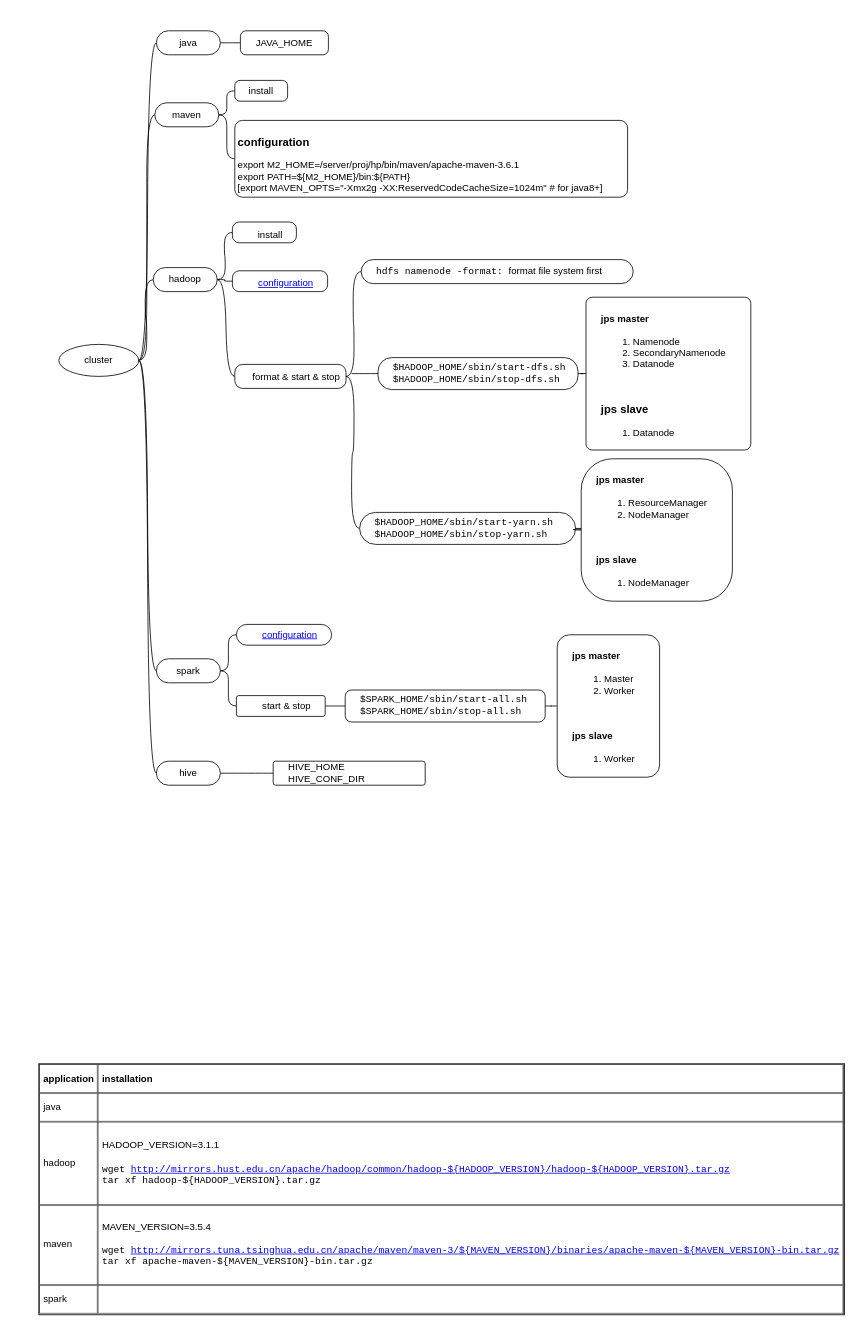
This is page "cluster" (1 of 9) of languages/scala/scala.drawio from yangdj/tf_docs, a draw.io file, before an edit. Source tidied: cells renumbered, new cells numbered last; positions are measured from the earlier drawing's top-left corner, leaving out a move shared by most shapes. Both pictures are drawn from the tidied source at 80%, with x=0, y=0 at pixel (14, 14).
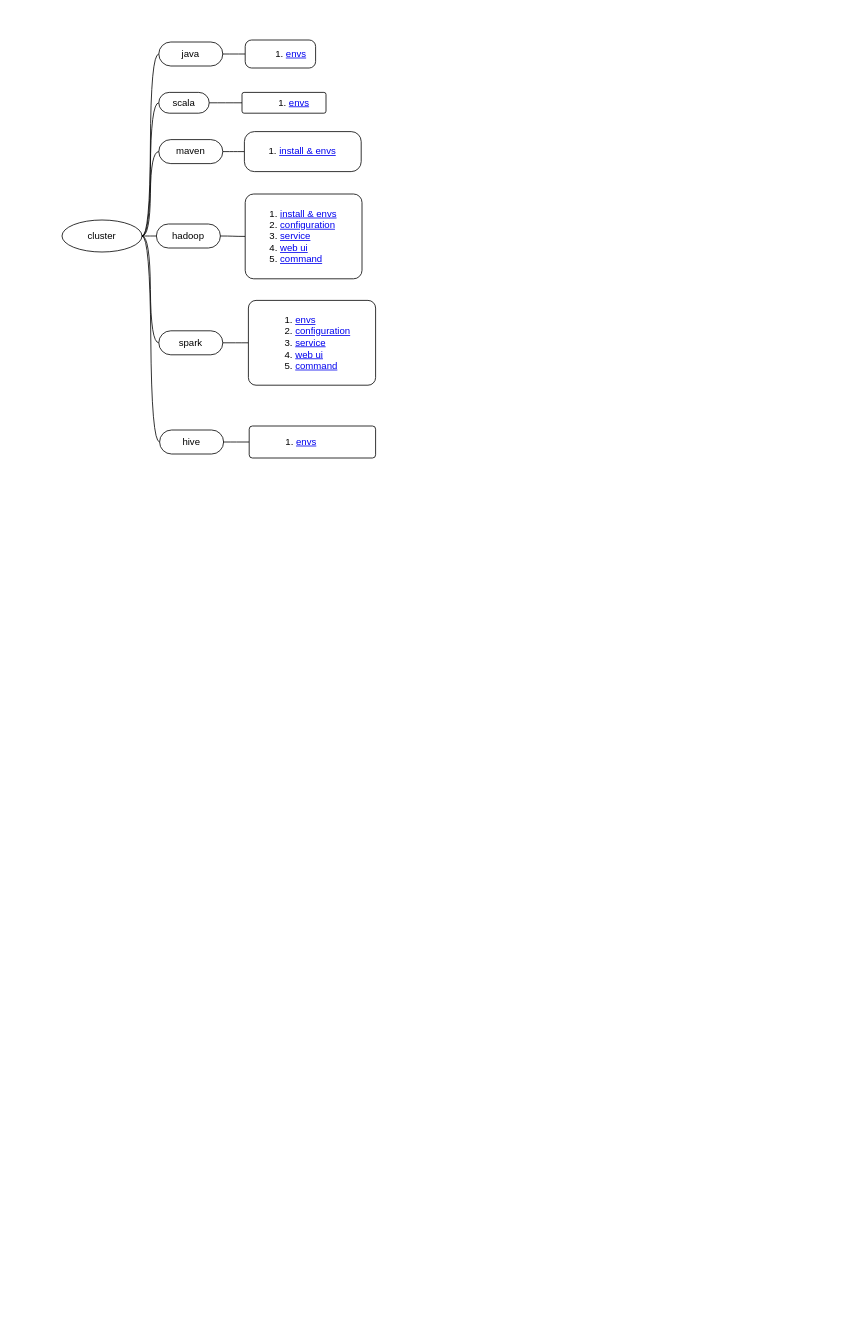
The same page after the edit.

Diff of the diagram source:
```diff
@@
     <mxCell id="2" style="swimlane;html=1;startSize=20;horizontal=1;containerType=tree;rounded=1;shadow=0;glass=0;comic=0;fillColor=none;align=left;strokeColor=none;spacingLeft=16;fontFamily=Courier New;" parent="1" vertex="1">
-      <mxGeometry width="986" height="1049" as="geometry" />
+      <mxGeometry width="708" height="781" as="geometry" />
     </mxCell>
@@
     <mxCell id="4" value="cluster" style="ellipse;whiteSpace=wrap;html=1;align=center;" parent="2" vertex="1">
-      <mxGeometry x="56" y="413" width="100" height="40" as="geometry" />
+      <mxGeometry x="60" y="257.5" width="100" height="40" as="geometry" />
     </mxCell>
     <mxCell id="5" value="hadoop" style="whiteSpace=wrap;html=1;rounded=1;arcSize=50;align=center;verticalAlign=middle;strokeWidth=1;spacing=4;" parent="2" vertex="1">
-      <mxGeometry x="174" y="317" width="80" height="30" as="geometry" />
+      <mxGeometry x="178" y="262.5" width="80" height="30" as="geometry" />
     </mxCell>
@@
     <mxCell id="7" value="spark" style="whiteSpace=wrap;html=1;rounded=1;arcSize=50;align=center;verticalAlign=middle;strokeWidth=1;spacing=4;" parent="2" vertex="1">
-      <mxGeometry x="178" y="806" width="80" height="30" as="geometry" />
+      <mxGeometry x="181" y="396" width="80" height="30" as="geometry" />
     </mxCell>
-    <mxCell id="8" style="edgeStyle=entityRelationEdgeStyle;startArrow=none;endArrow=none;segment=10;curved=1;" parent="2" edge="1" source="7" target="17">
-      <mxGeometry relative="1" as="geometry" />
-    </mxCell>
-    <mxCell id="9" value="$SPARK_HOME/sbin/start-all.sh&lt;br&gt;$SPARK_HOME/sbin/stop-all.sh" style="whiteSpace=wrap;html=1;rounded=1;arcSize=20;align=left;verticalAlign=middle;strokeWidth=1;spacing=4;spacingLeft=15;fontFamily=Courier New;" parent="2" vertex="1">
-      <mxGeometry x="414" y="845" width="250" height="40" as="geometry" />
-    </mxCell>
@@
     <mxCell id="11" value="java" style="whiteSpace=wrap;html=1;rounded=1;arcSize=50;align=center;verticalAlign=middle;strokeWidth=1;spacing=4;" parent="2" vertex="1">
-      <mxGeometry x="178" y="21" width="80" height="30" as="geometry" />
+      <mxGeometry x="181" y="35" width="80" height="30" as="geometry" />
     </mxCell>
-    <mxCell id="12" style="edgeStyle=entityRelationEdgeStyle;startArrow=none;endArrow=none;segment=10;curved=1;" parent="2" edge="1" source="5" target="15">
-      <mxGeometry relative="1" as="geometry" />
-    </mxCell>
-    <mxCell id="13" value="&lt;span style=&quot;font-size: 12px&quot;&gt;$HADOOP_HOME/sbin/start-dfs.sh&lt;/span&gt;&lt;br style=&quot;font-size: 12px&quot;&gt;&lt;span style=&quot;font-size: 12px&quot;&gt;$HADOOP_HOME/sbin/stop-dfs.sh&lt;/span&gt;&lt;span style=&quot;font-size: 12px&quot;&gt;&lt;br&gt;&lt;/span&gt;" style="whiteSpace=wrap;html=1;rounded=1;arcSize=43;align=left;verticalAlign=middle;strokeWidth=1;spacing=4;fontSize=12;spacingLeft=15;fontFamily=Courier New;" parent="2" vertex="1">
-      <mxGeometry x="455" y="429.5" width="250" height="40" as="geometry" />
-    </mxCell>
-    <mxCell id="14" style="edgeStyle=entityRelationEdgeStyle;startArrow=none;endArrow=none;segment=10;curved=1;" parent="2" edge="1" target="13">
-      <mxGeometry relative="1" as="geometry">
-        <mxPoint x="422" y="449.5" as="sourcePoint" />
-      </mxGeometry>
-    </mxCell>
-    <mxCell id="15" value="&lt;div&gt;format &amp;amp; start &amp;amp; stop&lt;/div&gt;" style="whiteSpace=wrap;html=1;rounded=1;arcSize=33;align=center;verticalAlign=top;strokeWidth=1;spacing=4;spacingLeft=15;" parent="2" vertex="1">
-      <mxGeometry x="276" y="438" width="139" height="30" as="geometry" />
-    </mxCell>
-    <mxCell id="16" style="edgeStyle=entityRelationEdgeStyle;startArrow=none;endArrow=none;segment=10;curved=1;exitX=1;exitY=0.5;exitDx=0;exitDy=0;" parent="2" edge="1" source="17" target="9">
-      <mxGeometry relative="1" as="geometry" />
-    </mxCell>
-    <mxCell id="17" value="start &amp;amp; stop" style="whiteSpace=wrap;html=1;rounded=1;arcSize=11;align=center;verticalAlign=middle;strokeWidth=1;spacing=4;spacingLeft=15;" parent="2" vertex="1">
-      <mxGeometry x="278" y="852" width="111" height="26" as="geometry" />
-    </mxCell>
@@
     <mxCell id="19" value="hive" style="whiteSpace=wrap;html=1;rounded=1;arcSize=50;align=center;verticalAlign=middle;strokeWidth=1;spacing=4;" parent="2" vertex="1">
-      <mxGeometry x="178" y="934" width="80" height="30" as="geometry" />
+      <mxGeometry x="182" y="520" width="80" height="30" as="geometry" />
     </mxCell>
@@
-    <mxCell id="21" value="HIVE_HOME&lt;br&gt;HIVE_CONF_DIR" style="whiteSpace=wrap;html=1;rounded=1;arcSize=10;align=left;verticalAlign=middle;strokeWidth=1;spacing=4;spacingLeft=15;" parent="2" vertex="1">
-      <mxGeometry x="324" y="934" width="190" height="30" as="geometry" />
+    <mxCell id="21" value="&lt;ol&gt;&lt;li&gt;&lt;a href=&quot;data:page/id,D1D5e4SczUkflpOaB_5x&quot;&gt;envs&lt;/a&gt;&lt;/li&gt;&lt;/ol&gt;" style="whiteSpace=wrap;html=1;rounded=1;arcSize=10;align=left;verticalAlign=middle;strokeWidth=1;spacing=4;spacingLeft=15;" parent="2" vertex="1">
+      <mxGeometry x="294" y="515" width="158" height="40" as="geometry" />
     </mxCell>
-    <mxCell id="22" style="edgeStyle=entityRelationEdgeStyle;startArrow=none;endArrow=none;segment=10;curved=1;" parent="2" edge="1" source="15" target="23">
-      <mxGeometry relative="1" as="geometry" />
-    </mxCell>
-    <mxCell id="23" value="$HADOOP_HOME/sbin/start-yarn.sh&lt;br&gt;$HADOOP_HOME/sbin/stop-yarn.sh&lt;span style=&quot;font-size: 12px&quot;&gt;&lt;br&gt;&lt;/span&gt;" style="whiteSpace=wrap;html=1;rounded=1;arcSize=50;align=left;verticalAlign=middle;strokeWidth=1;spacing=4;fontSize=12;spacingLeft=15;fontFamily=Courier New;" parent="2" vertex="1">
-      <mxGeometry x="432" y="623" width="270" height="40" as="geometry" />
-    </mxCell>
-    <mxCell id="24" style="edgeStyle=entityRelationEdgeStyle;startArrow=none;endArrow=none;segment=10;curved=1;" parent="2" edge="1" source="13" target="25">
-      <mxGeometry relative="1" as="geometry" />
-    </mxCell>
-    <mxCell id="25" value="&lt;h3&gt;&lt;span style=&quot;font-size: 12px&quot;&gt;jps master&lt;/span&gt;&lt;/h3&gt;&lt;ol&gt;&lt;li&gt;&lt;span style=&quot;font-size: 12px&quot;&gt;Namenode&lt;/span&gt;&lt;/li&gt;&lt;li&gt;&lt;span style=&quot;font-size: 12px&quot;&gt;SecondaryNamenode&lt;/span&gt;&lt;/li&gt;&lt;li&gt;&lt;span style=&quot;font-size: 12px&quot;&gt;Datanode&lt;/span&gt;&lt;/li&gt;&lt;/ol&gt;&lt;span style=&quot;font-size: 12px&quot;&gt;&lt;br&gt;&lt;/span&gt;&lt;h3&gt;jps slave&lt;/h3&gt;&lt;ol&gt;&lt;li&gt;Datanode&lt;/li&gt;&lt;/ol&gt;" style="whiteSpace=wrap;html=1;rounded=1;arcSize=4;align=left;verticalAlign=middle;strokeWidth=1;spacing=4;fontSize=12;spacingLeft=15;" parent="2" vertex="1">
-      <mxGeometry x="715" y="354" width="206" height="191" as="geometry" />
-    </mxCell>
-    <mxCell id="26" style="edgeStyle=entityRelationEdgeStyle;startArrow=none;endArrow=none;segment=10;curved=1;" parent="2" edge="1" source="23" target="27">
-      <mxGeometry relative="1" as="geometry" />
-    </mxCell>
-    <mxCell id="27" value="&lt;h3&gt;&lt;span style=&quot;font-size: 12px&quot;&gt;jps master&lt;/span&gt;&lt;/h3&gt;&lt;ol&gt;&lt;li&gt;&lt;span style=&quot;font-size: 12px&quot;&gt;ResourceManager&lt;/span&gt;&lt;/li&gt;&lt;li&gt;&lt;span style=&quot;font-size: 12px&quot;&gt;NodeManager&lt;/span&gt;&lt;/li&gt;&lt;/ol&gt;&lt;span style=&quot;font-size: 12px&quot;&gt;&lt;br&gt;&lt;/span&gt;&lt;h3&gt;&lt;span style=&quot;font-size: 12px&quot;&gt;jps slave&lt;/span&gt;&lt;/h3&gt;&lt;ol&gt;&lt;li&gt;&lt;span style=&quot;font-size: 12px&quot;&gt;NodeManager&lt;/span&gt;&lt;/li&gt;&lt;/ol&gt;" style="whiteSpace=wrap;html=1;rounded=1;arcSize=22;align=left;verticalAlign=middle;strokeWidth=1;spacing=4;fontSize=12;spacingLeft=15;" parent="2" vertex="1">
-      <mxGeometry x="709" y="556" width="189" height="178" as="geometry" />
-    </mxCell>
-    <mxCell id="28" style="edgeStyle=entityRelationEdgeStyle;startArrow=none;endArrow=none;segment=10;curved=1;" parent="2" edge="1" source="9" target="29">
-      <mxGeometry relative="1" as="geometry" />
-    </mxCell>
-    <mxCell id="29" value="&lt;h3&gt;&lt;span style=&quot;font-size: 12px&quot;&gt;jps master&lt;/span&gt;&lt;/h3&gt;&lt;ol&gt;&lt;li&gt;&lt;span style=&quot;font-size: 12px&quot;&gt;Master&lt;/span&gt;&lt;/li&gt;&lt;li&gt;&lt;span style=&quot;font-size: 12px&quot;&gt;Worker&lt;/span&gt;&lt;/li&gt;&lt;/ol&gt;&lt;span style=&quot;font-size: 12px&quot;&gt;&lt;br&gt;&lt;/span&gt;&lt;h3&gt;&lt;span style=&quot;font-size: 12px&quot;&gt;jps slave&lt;/span&gt;&lt;/h3&gt;&lt;ol&gt;&lt;li&gt;&lt;span style=&quot;font-size: 12px&quot;&gt;Worker&lt;/span&gt;&lt;/li&gt;&lt;/ol&gt;" style="whiteSpace=wrap;html=1;rounded=1;arcSize=12;align=left;verticalAlign=middle;strokeWidth=1;spacing=4;fontSize=12;spacingLeft=15;" parent="2" vertex="1">
-      <mxGeometry x="679" y="776" width="128" height="178" as="geometry" />
-    </mxCell>
-    <mxCell id="30" style="edgeStyle=entityRelationEdgeStyle;startArrow=none;endArrow=none;segment=10;curved=1;entryX=0;entryY=0.5;entryDx=0;entryDy=0;exitX=1;exitY=0.5;exitDx=0;exitDy=0;" parent="2" edge="1" source="15" target="31">
-      <mxGeometry relative="1" as="geometry" />
-    </mxCell>
-    <mxCell id="31" value="hdfs namenode -format: &lt;font face=&quot;Helvetica&quot;&gt;format file system first&lt;/font&gt;&lt;span style=&quot;font-size: 12px&quot;&gt;&lt;br&gt;&lt;/span&gt;" style="whiteSpace=wrap;html=1;rounded=1;arcSize=50;align=left;verticalAlign=middle;strokeWidth=1;spacing=4;fontSize=12;spacingLeft=15;fontFamily=Courier New;" parent="2" vertex="1">
-      <mxGeometry x="434" y="307" width="340" height="30" as="geometry" />
-    </mxCell>
-    <mxCell id="32" style="edgeStyle=entityRelationEdgeStyle;startArrow=none;endArrow=none;segment=10;curved=1;" parent="2" edge="1" source="5" target="33">
-      <mxGeometry relative="1" as="geometry" />
-    </mxCell>
-    <mxCell id="33" value="&lt;div&gt;&lt;span&gt;install&lt;/span&gt;&lt;/div&gt;" style="whiteSpace=wrap;html=1;rounded=1;arcSize=33;align=center;verticalAlign=top;strokeWidth=1;spacing=4;spacingLeft=15;" parent="2" vertex="1">
-      <mxGeometry x="273" y="260" width="80" height="26" as="geometry" />
-    </mxCell>
-    <mxCell id="34" style="edgeStyle=entityRelationEdgeStyle;startArrow=none;endArrow=none;segment=10;curved=1;" parent="2" edge="1" source="11" target="35">
-      <mxGeometry relative="1" as="geometry" />
-    </mxCell>
-    <mxCell id="35" value="JAVA_HOME" style="whiteSpace=wrap;html=1;rounded=1;arcSize=23;align=center;verticalAlign=middle;strokeWidth=1;spacing=4;" parent="2" vertex="1">
-      <mxGeometry x="283" y="21" width="110" height="30" as="geometry" />
-    </mxCell>
-    <mxCell id="36" style="edgeStyle=entityRelationEdgeStyle;startArrow=none;endArrow=none;segment=10;curved=1;" parent="2" edge="1" source="5" target="37">
-      <mxGeometry relative="1" as="geometry" />
-    </mxCell>
-    <mxCell id="37" value="&lt;div&gt;&lt;a href=&quot;data:page/id,-WEoZyiqvBqUpz0TT_SZ&quot;&gt;configuration&lt;/a&gt;&lt;/div&gt;" style="whiteSpace=wrap;html=1;rounded=1;arcSize=33;align=center;verticalAlign=top;strokeWidth=1;spacing=4;spacingLeft=15;" parent="2" vertex="1">
-      <mxGeometry x="273" y="321" width="119" height="26" as="geometry" />
-    </mxCell>
@@
-    <mxCell id="39" value="&lt;div&gt;&lt;a href=&quot;data:page/id,1RoVEH6-U07JBPiQCIpj&quot;&gt;configuration&lt;/a&gt;&lt;/div&gt;" style="whiteSpace=wrap;html=1;rounded=1;arcSize=50;align=center;verticalAlign=middle;strokeWidth=1;spacing=4;spacingLeft=15;" parent="2" vertex="1">
-      <mxGeometry x="278" y="763" width="119" height="26" as="geometry" />
+    <mxCell id="39" value="&lt;ol&gt;&lt;li&gt;&lt;a href=&quot;data:page/id,D1D5e4SczUkflpOaB_5x&quot;&gt;envs&lt;/a&gt;&lt;/li&gt;&lt;li&gt;&lt;a href=&quot;data:page/id,1RoVEH6-U07JBPiQCIpj&quot;&gt;configuration&lt;/a&gt;&lt;/li&gt;&lt;li&gt;&lt;a href=&quot;data:page/id,knMVSClfLsouhgn86GnL&quot;&gt;service&lt;/a&gt;&lt;/li&gt;&lt;li&gt;&lt;a href=&quot;data:page/id,DMlt9_OrqmJxumOdTNsM&quot;&gt;web ui&lt;/a&gt;&lt;/li&gt;&lt;li&gt;&lt;a href=&quot;data:page/id,2QutuKDHSM4GKVfbvwYY&quot;&gt;command&lt;/a&gt;&lt;/li&gt;&lt;/ol&gt;" style="whiteSpace=wrap;html=1;rounded=1;arcSize=9;align=left;verticalAlign=middle;strokeWidth=1;spacing=4;spacingLeft=15;" parent="2" vertex="1">
+      <mxGeometry x="293" y="358" width="159" height="106" as="geometry" />
     </mxCell>
     <mxCell id="40" value="maven" style="whiteSpace=wrap;html=1;rounded=1;arcSize=50;align=center;verticalAlign=middle;strokeWidth=1;spacing=4;" parent="2" vertex="1">
-      <mxGeometry x="176" y="111" width="80" height="30" as="geometry" />
+      <mxGeometry x="181" y="157" width="80" height="30" as="geometry" />
     </mxCell>
-    <mxCell id="41" style="edgeStyle=entityRelationEdgeStyle;startArrow=none;endArrow=none;segment=10;curved=1;exitX=1;exitY=0.5;exitDx=0;exitDy=0;" parent="2" edge="1" source="40" target="42">
-      <mxGeometry relative="1" as="geometry" />
-    </mxCell>
-    <mxCell id="42" value="&lt;h3&gt;configuration&lt;/h3&gt;&lt;div&gt;export M2_HOME=/server/proj/hp/bin/maven/apache-maven-3.6.1&lt;/div&gt;&lt;div&gt;export PATH=${M2_HOME}/bin:${PATH}&lt;/div&gt;&lt;div&gt;[export MAVEN_OPTS=&quot;-Xmx2g -XX:ReservedCodeCacheSize=1024m&quot; # for java8+]&lt;/div&gt;" style="whiteSpace=wrap;html=1;rounded=1;arcSize=10;align=left;verticalAlign=middle;strokeWidth=1;spacing=4;" parent="2" vertex="1">
-      <mxGeometry x="276" y="133" width="491" height="96" as="geometry" />
-    </mxCell>
@@
-    <mxCell id="44" value="install" style="whiteSpace=wrap;html=1;rounded=1;arcSize=25;align=center;verticalAlign=middle;strokeWidth=1;spacing=4;" parent="2" vertex="1">
-      <mxGeometry x="276" y="83" width="66" height="26" as="geometry" />
+    <mxCell id="44" value="&lt;ol&gt;&lt;li&gt;&lt;a href=&quot;data:page/id,D1D5e4SczUkflpOaB_5x&quot;&gt;install &amp;amp; envs&lt;/a&gt;&lt;/li&gt;&lt;/ol&gt;" style="whiteSpace=wrap;html=1;rounded=1;arcSize=25;align=left;verticalAlign=middle;strokeWidth=1;spacing=4;" parent="2" vertex="1">
+      <mxGeometry x="288" y="147" width="146" height="50" as="geometry" />
     </mxCell>
@@
-    <mxCell id="46" value="&lt;table cellpadding=&quot;4&quot; cellspacing=&quot;0&quot; border=&quot;1&quot; style=&quot;font-size: 1em ; width: 100% ; height: 100%&quot;&gt;&lt;tbody&gt;&lt;tr&gt;&lt;th&gt;application&lt;/th&gt;&lt;th&gt;installation&lt;/th&gt;&lt;/tr&gt;&lt;tr&gt;&lt;td&gt;java&lt;/td&gt;&lt;td&gt;&lt;/td&gt;&lt;/tr&gt;&lt;tr&gt;&lt;td&gt;hadoop&lt;/td&gt;&lt;td&gt;&lt;div style=&quot;font-family: &amp;#34;courier new&amp;#34;&quot;&gt;&lt;span style=&quot;font-family: &amp;#34;helvetica&amp;#34; ; text-align: center&quot;&gt;HADOOP_VERSION=3.1.1&lt;/span&gt;&lt;br&gt;&lt;/div&gt;&lt;div style=&quot;font-family: &amp;#34;courier new&amp;#34;&quot;&gt;&lt;span style=&quot;font-family: &amp;#34;helvetica&amp;#34; ; text-align: center&quot;&gt;&lt;br&gt;&lt;/span&gt;&lt;/div&gt;&lt;div style=&quot;font-family: &amp;#34;courier new&amp;#34;&quot;&gt;wget&amp;nbsp;&lt;a href=&quot;http://mirrors.hust.edu.cn/apache/hadoop/common/hadoop-$%7BHADOOP_VERSION%7D/hadoop-$%7BHADOOP_VERSION%7D.tar.gz&quot;&gt;http://mirrors.hust.edu.cn/apache/hadoop/common/hadoop-${HADOOP_VERSION}/hadoop-${HADOOP_VERSION}.tar.gz&lt;/a&gt;&lt;/div&gt;&lt;div style=&quot;font-family: &amp;#34;courier new&amp;#34;&quot;&gt;tar xf hadoop-${HADOOP_VERSION}.tar.gz&lt;/div&gt;&lt;/td&gt;&lt;/tr&gt;&lt;tr&gt;&lt;td&gt;maven&lt;/td&gt;&lt;td&gt;&lt;span style=&quot;text-align: center&quot;&gt;MAVEN_VERSION=3.5.4&lt;br&gt;&lt;/span&gt;&lt;br&gt;&lt;div style=&quot;font-family: &amp;#34;courier new&amp;#34;&quot;&gt;wget&amp;nbsp;&lt;a href=&quot;http://mirrors.tuna.tsinghua.edu.cn/apache/maven/maven-3/$%7BMAVEN_VERSION%7D/binaries/apache-maven-$%7BMAVEN_VERSION%7D-bin.tar.gz&quot;&gt;http://mirrors.tuna.tsinghua.edu.cn/apache/maven/maven-3/${MAVEN_VERSION}/binaries/apache-maven-${MAVEN_VERSION}-bin.tar.gz&lt;/a&gt;&lt;/div&gt;&lt;div style=&quot;font-family: &amp;#34;courier new&amp;#34;&quot;&gt;tar xf apache-maven-${MAVEN_VERSION}-bin.tar.gz&lt;/div&gt;&lt;/td&gt;&lt;/tr&gt;&lt;tr&gt;&lt;td&gt;spark&lt;/td&gt;&lt;td&gt;&lt;br&gt;&lt;/td&gt;&lt;/tr&gt;&lt;/tbody&gt;&lt;/table&gt; " style="verticalAlign=top;align=left;overflow=fill;fontSize=12;fontFamily=Helvetica;html=1;fillColor=none;" parent="1" vertex="1">
-      <mxGeometry x="31" y="1312" width="1007" height="314" as="geometry" />
-    </mxCell>
+    <mxCell id="47" style="edgeStyle=entityRelationEdgeStyle;startArrow=none;endArrow=none;segment=10;curved=1;" parent="2" edge="1" source="11" target="48">
+      <mxGeometry relative="1" as="geometry" />
+    </mxCell>
+    <mxCell id="48" value="&lt;ol style=&quot;text-align: left&quot;&gt;&lt;li&gt;&lt;a href=&quot;data:page/id,D1D5e4SczUkflpOaB_5x&quot;&gt;envs&lt;/a&gt;&lt;/li&gt;&lt;/ol&gt;" style="whiteSpace=wrap;html=1;rounded=1;arcSize=23;align=center;verticalAlign=middle;strokeWidth=1;spacing=4;" parent="2" vertex="1">
+      <mxGeometry x="289" y="32.5" width="88" height="35" as="geometry" />
+    </mxCell>
+    <mxCell id="49" style="edgeStyle=entityRelationEdgeStyle;startArrow=none;endArrow=none;segment=10;curved=1;exitX=1;exitY=0.5;exitDx=0;exitDy=0;" parent="2" edge="1" source="5" target="50">
+      <mxGeometry relative="1" as="geometry" />
+    </mxCell>
+    <mxCell id="50" value="&lt;ol&gt;&lt;li&gt;&lt;a href=&quot;data:page/id,D1D5e4SczUkflpOaB_5x&quot;&gt;install &amp;amp; envs&lt;/a&gt;&lt;/li&gt;&lt;li&gt;&lt;a href=&quot;data:page/id,-WEoZyiqvBqUpz0TT_SZ&quot;&gt;configuration&lt;/a&gt;&lt;br&gt;&lt;/li&gt;&lt;li&gt;&lt;a href=&quot;data:page/id,knMVSClfLsouhgn86GnL&quot;&gt;service&lt;/a&gt;&lt;/li&gt;&lt;li&gt;&lt;a href=&quot;data:page/id,DMlt9_OrqmJxumOdTNsM&quot;&gt;web ui&lt;/a&gt;&lt;/li&gt;&lt;li&gt;&lt;a href=&quot;data:page/id,2QutuKDHSM4GKVfbvwYY&quot;&gt;command&lt;/a&gt;&lt;/li&gt;&lt;/ol&gt;" style="whiteSpace=wrap;html=1;rounded=1;arcSize=10;align=left;verticalAlign=middle;strokeWidth=1;spacing=4;" parent="2" vertex="1">
+      <mxGeometry x="289" y="225" width="146" height="106" as="geometry" />
+    </mxCell>
+    <mxCell id="51" style="edgeStyle=entityRelationEdgeStyle;startArrow=none;endArrow=none;segment=10;curved=1;exitX=1;exitY=0.5;exitDx=0;exitDy=0;" parent="2" edge="1" source="4" target="52">
+      <mxGeometry relative="1" as="geometry" />
+    </mxCell>
+    <mxCell id="52" value="scala" style="whiteSpace=wrap;html=1;rounded=1;arcSize=50;align=center;verticalAlign=middle;strokeWidth=1;spacing=4;" parent="2" vertex="1">
+      <mxGeometry x="181" y="98" width="63" height="26" as="geometry" />
+    </mxCell>
+    <mxCell id="53" style="edgeStyle=entityRelationEdgeStyle;startArrow=none;endArrow=none;segment=10;curved=1;entryX=0;entryY=0.5;entryDx=0;entryDy=0;" parent="2" edge="1" source="52" target="54">
+      <mxGeometry relative="1" as="geometry" />
+    </mxCell>
+    <mxCell id="54" value="&lt;ol&gt;&lt;li&gt;&lt;a href=&quot;data:page/id,D1D5e4SczUkflpOaB_5x&quot;&gt;envs&lt;/a&gt;&lt;/li&gt;&lt;/ol&gt;" style="whiteSpace=wrap;html=1;rounded=1;arcSize=10;align=left;verticalAlign=middle;strokeWidth=1;spacing=4;spacingLeft=15;" parent="2" vertex="1">
+      <mxGeometry x="285" y="98" width="105" height="26" as="geometry" />
+    </mxCell>
```
